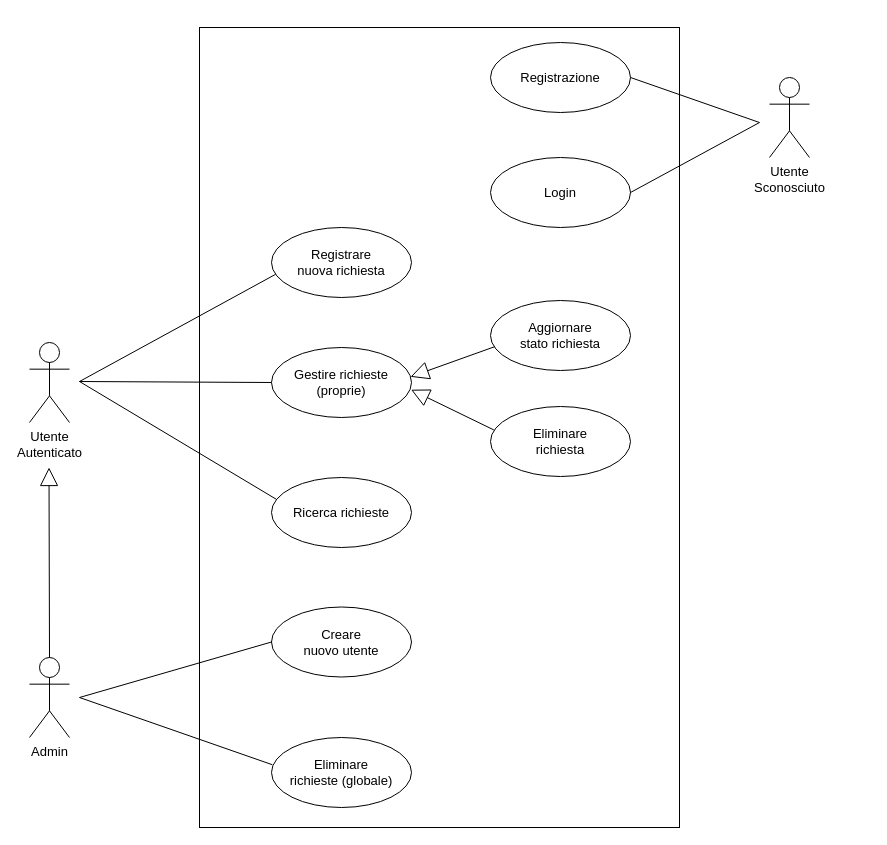
Gazen27/SWE-BugBoard keeps this draw.io diagram as Workspace/Use Case/UCD.drawio. Above is the earlier version. Source tidied: cells renumbered, new cells numbered last; positions are measured from the earlier drawing's top-left corner, leaving out a move shared by most shapes. Both pictures are drawn from the tidied source at 100%, with x=0, y=0 at pixel (29, 27).
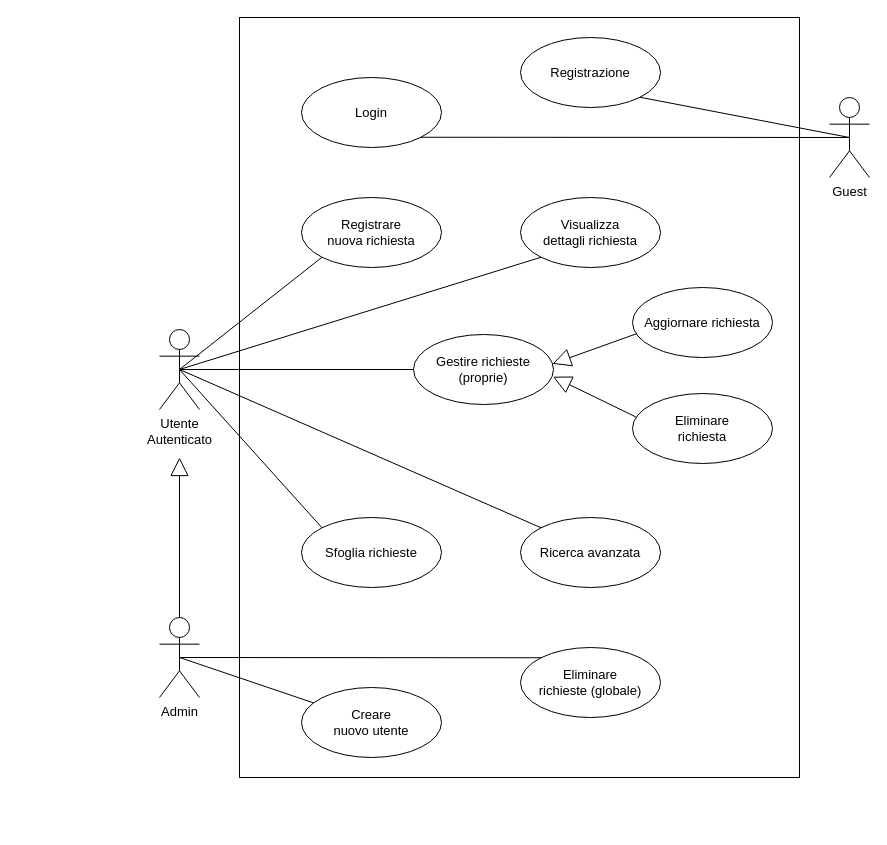
After the change.

Commit message (it also covers changes not shown here):
Rimpiazzato file drawio e aggiunto UCD in png

Change to the diagram source:
```diff
@@
     <mxCell id="2" style="rounded=0;whiteSpace=wrap;html=1;fillColor=none;" parent="1" vertex="1">
-      <mxGeometry x="170" width="480" height="800" as="geometry" />
+      <mxGeometry x="210" y="-10" width="560" height="760" as="geometry" />
     </mxCell>
     <mxCell id="3" value="Utente&lt;div&gt;Autenticato&lt;/div&gt;&lt;div&gt;&lt;div&gt;&lt;br&gt;&lt;/div&gt;&lt;/div&gt;" style="shape=umlActor;verticalLabelPosition=bottom;verticalAlign=top;html=1;fontSize=13;" parent="1" vertex="1">
-      <mxGeometry y="315" width="40" height="80" as="geometry" />
+      <mxGeometry x="130" y="302" width="40" height="80" as="geometry" />
     </mxCell>
     <mxCell id="4" value="Admin" style="shape=umlActor;verticalLabelPosition=bottom;verticalAlign=top;html=1;fontSize=13;" parent="1" vertex="1">
-      <mxGeometry y="630" width="40" height="80" as="geometry" />
+      <mxGeometry x="130" y="590" width="40" height="80" as="geometry" />
     </mxCell>
     <mxCell id="5" value="Registrare&lt;div&gt;nuova richiesta&lt;/div&gt;" style="ellipse;whiteSpace=wrap;html=1;fontSize=13;" parent="1" vertex="1">
-      <mxGeometry x="242" y="200" width="140" height="70" as="geometry" />
+      <mxGeometry x="272" y="170" width="140" height="70" as="geometry" />
     </mxCell>
     <mxCell id="6" value="Gestire richieste&lt;div&gt;(proprie)&lt;/div&gt;" style="ellipse;whiteSpace=wrap;html=1;fontSize=13;" parent="1" vertex="1">
-      <mxGeometry x="242" y="320" width="140" height="70" as="geometry" />
+      <mxGeometry x="384" y="307" width="140" height="70" as="geometry" />
     </mxCell>
-    <mxCell id="7" value="Aggiornare&lt;div&gt;stato richiesta&lt;/div&gt;" style="ellipse;whiteSpace=wrap;html=1;fontSize=13;" parent="1" vertex="1">
-      <mxGeometry x="461" y="273" width="140" height="70" as="geometry" />
+    <mxCell id="7" value="&lt;div&gt;Aggiornare&amp;nbsp;&lt;span style=&quot;background-color: transparent; color: light-dark(rgb(0, 0, 0), rgb(255, 255, 255));&quot;&gt;richiesta&lt;/span&gt;&lt;/div&gt;" style="ellipse;whiteSpace=wrap;html=1;fontSize=13;" parent="1" vertex="1">
+      <mxGeometry x="603" y="260" width="140" height="70" as="geometry" />
     </mxCell>
     <mxCell id="8" value="Eliminare&lt;div&gt;richiesta&lt;/div&gt;" style="ellipse;whiteSpace=wrap;html=1;fontSize=13;" parent="1" vertex="1">
-      <mxGeometry x="461" y="379" width="140" height="70" as="geometry" />
+      <mxGeometry x="603" y="366" width="140" height="70" as="geometry" />
     </mxCell>
@@
-    <mxCell id="11" value="Utente&lt;div&gt;Sconosciuto&lt;/div&gt;" style="shape=umlActor;verticalLabelPosition=bottom;verticalAlign=top;html=1;fontSize=13;" parent="1" vertex="1">
-      <mxGeometry x="740" y="50" width="40" height="80" as="geometry" />
+    <mxCell id="11" value="Guest" style="shape=umlActor;verticalLabelPosition=bottom;verticalAlign=top;html=1;fontSize=13;" parent="1" vertex="1">
+      <mxGeometry x="800" y="70" width="40" height="80" as="geometry" />
     </mxCell>
-    <mxCell id="12" value="Ricerca richieste" style="ellipse;whiteSpace=wrap;html=1;fontSize=13;" parent="1" vertex="1">
-      <mxGeometry x="242" y="450" width="140" height="70" as="geometry" />
+    <mxCell id="12" value="Sfoglia richieste" style="ellipse;whiteSpace=wrap;html=1;fontSize=13;" parent="1" vertex="1">
+      <mxGeometry x="272" y="490" width="140" height="70" as="geometry" />
     </mxCell>
-    <mxCell id="13" style="endArrow=none;html=1;rounded=0;entryX=0.029;entryY=0.669;entryDx=0;entryDy=0;entryPerimeter=0;" parent="1" edge="1" target="5">
-      <mxGeometry relative="1" as="geometry">
-        <mxPoint x="50" y="354" as="sourcePoint" />
-      </mxGeometry>
+    <mxCell id="13" style="endArrow=none;html=1;rounded=0;entryX=0;entryY=1;entryDx=0;entryDy=0;exitX=0.5;exitY=0.5;exitDx=0;exitDy=0;exitPerimeter=0;" parent="1" edge="1" source="3" target="5">
+      <mxGeometry relative="1" as="geometry" />
     </mxCell>
-    <mxCell id="14" style="endArrow=none;html=1;rounded=0;entryX=0;entryY=0.5;entryDx=0;entryDy=0;" parent="1" edge="1" target="6">
-      <mxGeometry relative="1" as="geometry">
-        <mxPoint x="50" y="354" as="sourcePoint" />
-      </mxGeometry>
+    <mxCell id="14" style="endArrow=none;html=1;rounded=0;entryX=0;entryY=0.5;entryDx=0;entryDy=0;exitX=0.5;exitY=0.5;exitDx=0;exitDy=0;exitPerimeter=0;" parent="1" edge="1" source="3" target="6">
+      <mxGeometry relative="1" as="geometry" />
     </mxCell>
-    <mxCell id="15" style="endArrow=none;html=1;rounded=0;entryX=0.035;entryY=0.312;entryDx=0;entryDy=0;entryPerimeter=0;" parent="1" edge="1" target="12">
-      <mxGeometry relative="1" as="geometry">
-        <mxPoint x="50" y="354" as="sourcePoint" />
-      </mxGeometry>
+    <mxCell id="15" style="endArrow=none;html=1;rounded=0;entryX=0;entryY=0;entryDx=0;entryDy=0;exitX=0.5;exitY=0.5;exitDx=0;exitDy=0;exitPerimeter=0;" parent="1" edge="1" source="3" target="12">
+      <mxGeometry relative="1" as="geometry" />
     </mxCell>
     <mxCell id="16" style="endArrow=block;endSize=16;endFill=0;html=1;rounded=0;exitX=0.5;exitY=0;exitDx=0;exitDy=0;exitPerimeter=0;" parent="1" edge="1" source="4">
       <mxGeometry relative="1" as="geometry">
-        <mxPoint x="19.5" y="440" as="targetPoint" />
+        <mxPoint x="150" y="430" as="targetPoint" />
       </mxGeometry>
     </mxCell>
     <mxCell id="17" value="Login" style="ellipse;whiteSpace=wrap;html=1;fontSize=13;" parent="1" vertex="1">
-      <mxGeometry x="461" y="130" width="140" height="70" as="geometry" />
+      <mxGeometry x="272" y="50" width="140" height="70" as="geometry" />
     </mxCell>
-    <mxCell id="18" style="endArrow=none;html=1;rounded=0;entryX=1;entryY=0.5;entryDx=0;entryDy=0;" parent="1" edge="1" target="17">
-      <mxGeometry relative="1" as="geometry">
-        <mxPoint x="730" y="95" as="sourcePoint" />
-      </mxGeometry>
+    <mxCell id="18" style="endArrow=none;html=1;rounded=0;exitX=0.5;exitY=0.5;exitDx=0;exitDy=0;exitPerimeter=0;entryX=1;entryY=1;entryDx=0;entryDy=0;" parent="1" edge="1" source="11" target="17">
+      <mxGeometry relative="1" as="geometry" />
     </mxCell>
     <mxCell id="19" value="Creare&lt;div&gt;nuovo utente&lt;/div&gt;" style="ellipse;whiteSpace=wrap;html=1;fontSize=13;" parent="1" vertex="1">
-      <mxGeometry x="242" y="579.5" width="140" height="70" as="geometry" />
+      <mxGeometry x="272" y="660" width="140" height="70" as="geometry" />
     </mxCell>
     <mxCell id="20" value="Eliminare&lt;div&gt;richieste (globale)&lt;/div&gt;" style="ellipse;whiteSpace=wrap;html=1;fontSize=13;" parent="1" vertex="1">
-      <mxGeometry x="242" y="710" width="140" height="70" as="geometry" />
+      <mxGeometry x="491" y="620" width="140" height="70" as="geometry" />
     </mxCell>
-    <mxCell id="21" style="endArrow=none;html=1;rounded=0;exitX=0;exitY=0.5;exitDx=0;exitDy=0;" parent="1" edge="1" source="19">
-      <mxGeometry relative="1" as="geometry">
-        <mxPoint x="50" y="670" as="targetPoint" />
-      </mxGeometry>
+    <mxCell id="21" style="endArrow=none;html=1;rounded=0;entryX=0.5;entryY=0.5;entryDx=0;entryDy=0;entryPerimeter=0;" parent="1" edge="1" source="19" target="4">
+      <mxGeometry relative="1" as="geometry" />
     </mxCell>
-    <mxCell id="22" style="endArrow=none;html=1;rounded=0;exitX=0.006;exitY=0.389;exitDx=0;exitDy=0;exitPerimeter=0;" parent="1" edge="1" source="20">
-      <mxGeometry relative="1" as="geometry">
-        <mxPoint x="50" y="670" as="targetPoint" />
-      </mxGeometry>
+    <mxCell id="22" style="endArrow=none;html=1;rounded=0;entryX=0.5;entryY=0.5;entryDx=0;entryDy=0;entryPerimeter=0;exitX=0;exitY=0;exitDx=0;exitDy=0;" parent="1" edge="1" source="20" target="4">
+      <mxGeometry relative="1" as="geometry" />
     </mxCell>
     <mxCell id="23" value="Registrazione" style="ellipse;whiteSpace=wrap;html=1;fontSize=13;" parent="1" vertex="1">
-      <mxGeometry x="461" y="15" width="140" height="70" as="geometry" />
+      <mxGeometry x="491" y="10" width="140" height="70" as="geometry" />
     </mxCell>
-    <mxCell id="24" style="endArrow=none;html=1;rounded=0;entryX=1;entryY=0.5;entryDx=0;entryDy=0;" parent="1" edge="1" target="23">
-      <mxGeometry relative="1" as="geometry">
-        <mxPoint x="730" y="95" as="sourcePoint" />
-      </mxGeometry>
+    <mxCell id="24" style="endArrow=none;html=1;rounded=0;entryX=1;entryY=1;entryDx=0;entryDy=0;exitX=0.5;exitY=0.5;exitDx=0;exitDy=0;exitPerimeter=0;" parent="1" edge="1" source="11" target="23">
+      <mxGeometry relative="1" as="geometry" />
     </mxCell>
+    <mxCell id="25" value="Ricerca avanzata" style="ellipse;whiteSpace=wrap;html=1;fontSize=13;" parent="1" vertex="1">
+      <mxGeometry x="491" y="490" width="140" height="70" as="geometry" />
+    </mxCell>
+    <mxCell id="26" style="endArrow=none;html=1;rounded=0;entryX=0;entryY=0;entryDx=0;entryDy=0;exitX=0.5;exitY=0.5;exitDx=0;exitDy=0;exitPerimeter=0;" parent="1" edge="1" source="3" target="25">
+      <mxGeometry relative="1" as="geometry" />
+    </mxCell>
+    <mxCell id="27" value="Visualizza&lt;div&gt;dettagli richiesta&lt;/div&gt;" style="ellipse;whiteSpace=wrap;html=1;fontSize=13;" parent="1" vertex="1">
+      <mxGeometry x="491" y="170" width="140" height="70" as="geometry" />
+    </mxCell>
+    <mxCell id="28" style="endArrow=none;html=1;rounded=0;entryX=0;entryY=1;entryDx=0;entryDy=0;exitX=0.5;exitY=0.5;exitDx=0;exitDy=0;exitPerimeter=0;" parent="1" edge="1" source="3" target="27">
+      <mxGeometry relative="1" as="geometry" />
+    </mxCell>
```
